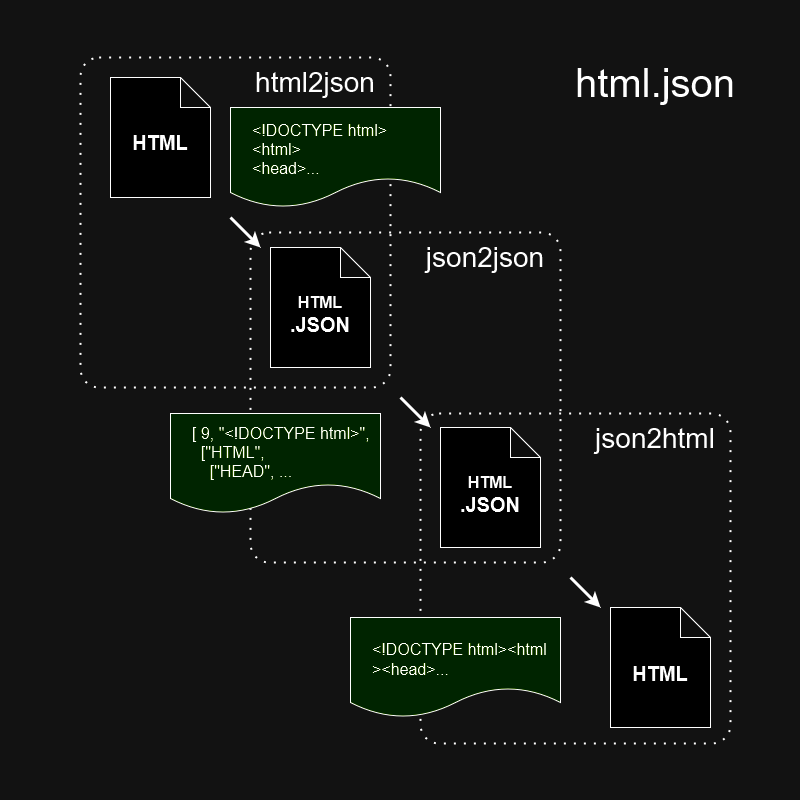
Above: doc/html.json.drawio.png in itozyun/html.json (draw.io), before the change. Source tidied: cells renumbered, new cells last; positions are measured from the earlier drawing's top-left corner, leaving out a move shared by most shapes.
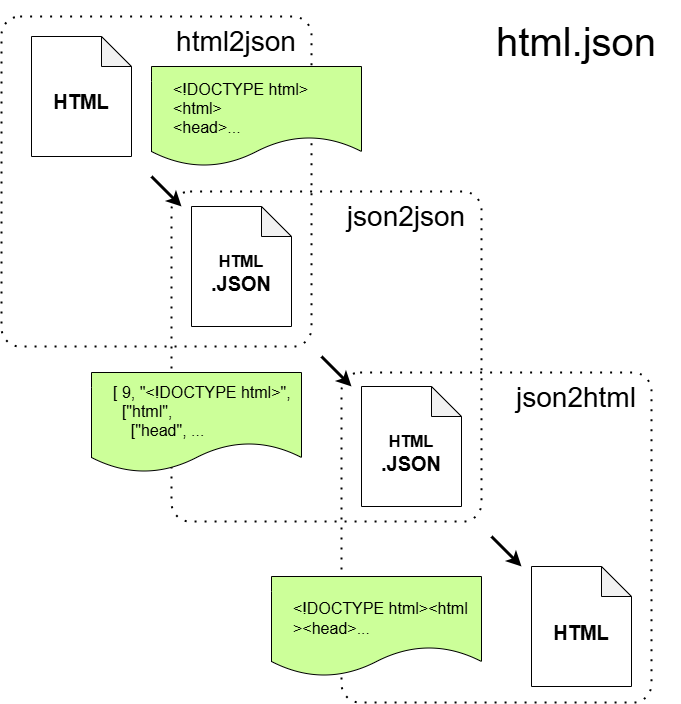
Above is the later version.

Commit message:
fix: 2306ee8b4da50630e8acd6b85ab55f77a24dffed

Diff of the diagram source:
```diff
@@ -71,7 +71,7 @@
     <mxCell id="21" style="shape=document;whiteSpace=wrap;html=1;boundedLbl=1;fillColor=#CCFF99;" parent="1" vertex="1">
       <mxGeometry x="90" y="373" width="210" height="100" as="geometry" />
     </mxCell>
-    <mxCell id="22" value="&lt;div&gt;[ 9, &quot;&amp;lt;!DOCTYPE html&amp;gt;&quot;,&lt;br&gt;&lt;/div&gt;&lt;div&gt;&amp;nbsp; [&quot;HTML&quot;,&lt;/div&gt;&lt;div&gt;&amp;nbsp;&amp;nbsp;&amp;nbsp; [&quot;HEAD&quot;, ...&lt;/div&gt;" style="text;html=1;align=left;verticalAlign=middle;whiteSpace=wrap;rounded=0;fontSize=16;" parent="1" vertex="1">
+    <mxCell id="22" value="&lt;div&gt;[ 9, &quot;&amp;lt;!DOCTYPE html&amp;gt;&quot;,&lt;br&gt;&lt;/div&gt;&lt;div&gt;&amp;nbsp; [&quot;html&quot;,&lt;/div&gt;&lt;div&gt;&amp;nbsp;&amp;nbsp;&amp;nbsp; [&quot;head&quot;, ...&lt;/div&gt;" style="text;html=1;align=left;verticalAlign=middle;whiteSpace=wrap;rounded=0;fontSize=16;" parent="1" vertex="1">
       <mxGeometry x="110" y="373" width="200" height="77" as="geometry" />
     </mxCell>
     <mxCell id="23" style="shape=document;whiteSpace=wrap;html=1;boundedLbl=1;fillColor=#CCFF99;" parent="1" vertex="1">
```
